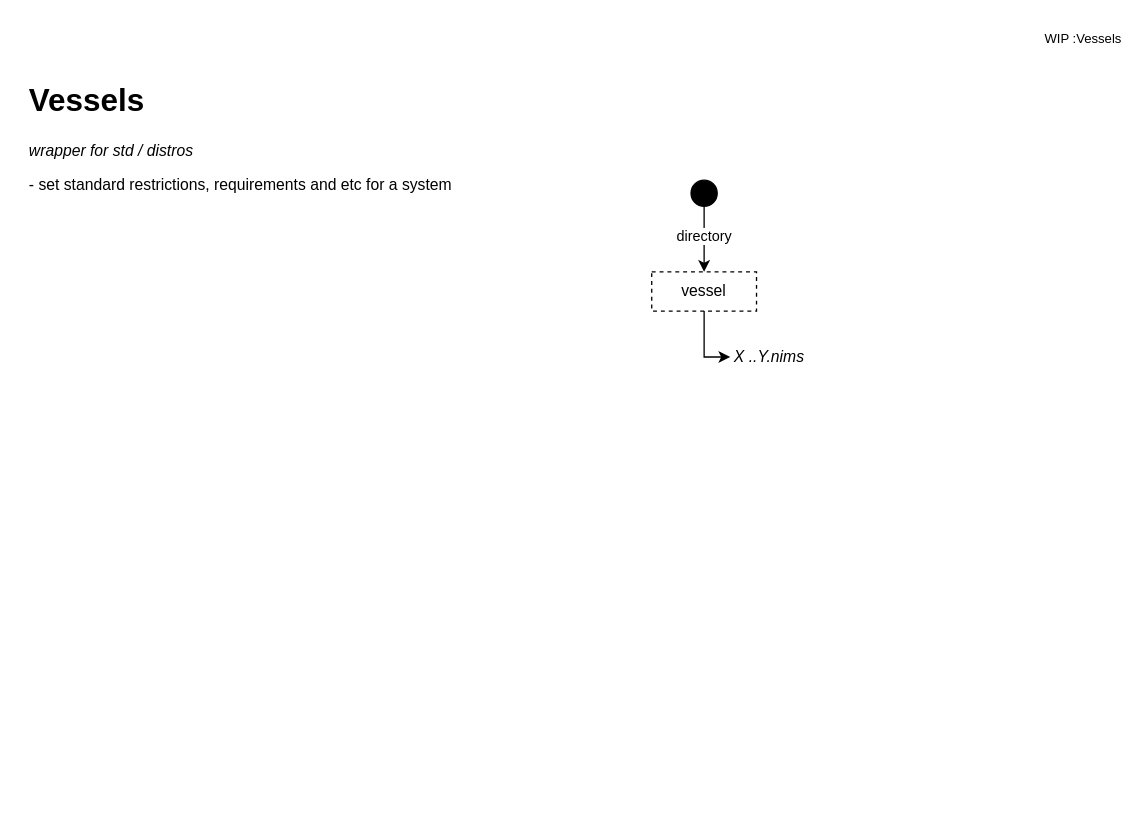
Above: page "vessels" (5 of 6) of ADRs/boat_adr.drawio in noahehall/boat (draw.io), before the change. Source tidied: cells renumbered, new cells numbered last; positions are measured from the earlier drawing's top-left corner, leaving out a move shared by most shapes. Both pictures are drawn from the tidied source at 131%, with x=0, y=0 at pixel (22, 22).
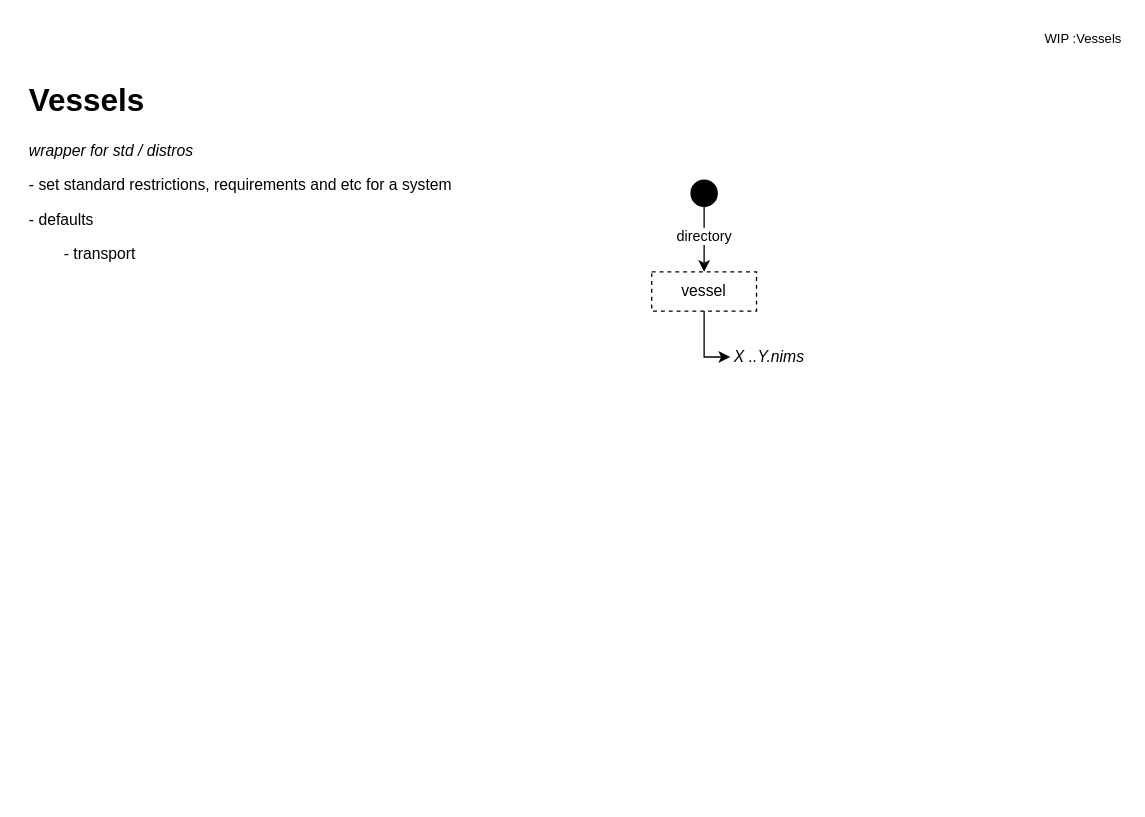
Above is the later version.

Diff of the diagram source:
```diff
@@
 <mxGraphModel>
   <root>
     <mxCell id="0" />
     <mxCell id="1" parent="0" />
     <mxCell id="2" style="group;" parent="1" vertex="1">
       <mxGeometry x="480" y="120" width="120" height="150" as="geometry" />
     </mxCell>
     <mxCell id="3" style="ellipse;whiteSpace=wrap;html=1;labelBackgroundColor=#504949;fillColor=#000000;" parent="2" vertex="1">
       <mxGeometry x="30" width="20" height="20" as="geometry" />
     </mxCell>
     <mxCell id="4" value="vessel" style="text;html=1;strokeColor=default;fillColor=none;align=center;verticalAlign=middle;whiteSpace=wrap;rounded=0;dashed=1;" parent="2" vertex="1">
       <mxGeometry y="70" width="80" height="30" as="geometry" />
     </mxCell>
     <mxCell id="5" value="directory" style="edgeStyle=orthogonalEdgeStyle;rounded=0;jettySize=auto;html=1;strokeColor=default;spacingBottom=4;" parent="2" edge="1" source="3" target="4">
       <mxGeometry relative="1" as="geometry" />
     </mxCell>
     <mxCell id="6" value="X ..Y.nims" style="text;html=1;strokeColor=none;fillColor=none;align=center;verticalAlign=middle;whiteSpace=wrap;rounded=0;fontStyle=2;" parent="2" vertex="1">
       <mxGeometry x="60" y="120" width="60" height="30" as="geometry" />
     </mxCell>
     <mxCell id="7" style="edgeStyle=orthogonalEdgeStyle;rounded=0;jettySize=auto;html=1;entryX=0;entryY=0.5;entryDx=0;entryDy=0;strokeColor=default;" parent="2" edge="1" source="4" target="6">
       <mxGeometry relative="1" as="geometry" />
     </mxCell>
-    <mxCell id="8" value="&lt;h1&gt;Vessels&lt;/h1&gt;&lt;p style=&quot;border-color: var(--border-color);&quot;&gt;&lt;i&gt;wrapper for std / distros&lt;/i&gt;&lt;/p&gt;&lt;p style=&quot;border-color: var(--border-color);&quot;&gt;&lt;span style=&quot;background-color: initial;&quot;&gt;- set standard restrictions, requirements and etc for a system&lt;/span&gt;&lt;br&gt;&lt;/p&gt;&lt;div&gt;&lt;br&gt;&lt;/div&gt;" style="text;html=1;strokeColor=none;fillColor=none;spacing=5;spacingTop=-20;whiteSpace=wrap;overflow=hidden;rounded=0;" parent="1" vertex="1">
+    <mxCell id="8" value="&lt;h1&gt;Vessels&lt;/h1&gt;&lt;p style=&quot;border-color: var(--border-color);&quot;&gt;&lt;i&gt;wrapper for std / distros&lt;/i&gt;&lt;/p&gt;&lt;p style=&quot;border-color: var(--border-color);&quot;&gt;&lt;span style=&quot;background-color: initial;&quot;&gt;- set standard restrictions, requirements and etc for a system&lt;/span&gt;&lt;/p&gt;&lt;p style=&quot;border-color: var(--border-color);&quot;&gt;&lt;span style=&quot;background-color: initial;&quot;&gt;- defaults&lt;/span&gt;&lt;/p&gt;&lt;p style=&quot;border-color: var(--border-color);&quot;&gt;&lt;span style=&quot;background-color: initial;&quot;&gt;&lt;span style=&quot;white-space: pre;&quot;&gt;&#9;&lt;/span&gt;- transport&lt;/span&gt;&lt;/p&gt;&lt;div&gt;&lt;br&gt;&lt;/div&gt;" style="text;html=1;strokeColor=none;fillColor=none;spacing=5;spacingTop=-20;whiteSpace=wrap;overflow=hidden;rounded=0;" parent="1" vertex="1">
       <mxGeometry y="40" width="480" height="550" as="geometry" />
     </mxCell>
     <mxCell id="9" value="&amp;nbsp; &amp;nbsp;WIP :Vessels" style="text;html=1;align=right;verticalAlign=top;strokeColor=none;fillColor=none;fontSize=10;" parent="1" vertex="1">
       <mxGeometry x="750" width="90" height="30" as="geometry" />
     </mxCell>
   </root>
 </mxGraphModel>
```
